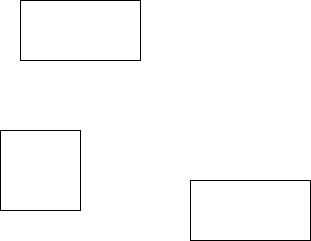
Above: 未命名绘图.drawio.png in vueKingisMe/githubone (draw.io), before the change. Source tidied: cells renumbered, new cells last; positions are measured from the earlier drawing's top-left corner, leaving out a move shared by most shapes.
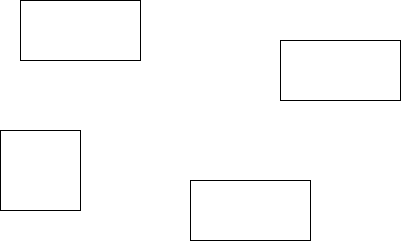
Later version of the same file.

Commit message:
更新未命名绘图.drawio.png

What changed in the source:
```diff
@@ -11,5 +11,8 @@
     <mxCell id="4" style="rounded=0;whiteSpace=wrap;html=1;" parent="1" vertex="1">
       <mxGeometry x="190" y="180" width="120" height="60" as="geometry" />
     </mxCell>
+    <mxCell id="5" style="rounded=0;whiteSpace=wrap;html=1;" parent="1" vertex="1">
+      <mxGeometry x="280" y="40" width="120" height="60" as="geometry" />
+    </mxCell>
   </root>
 </mxGraphModel>
```
